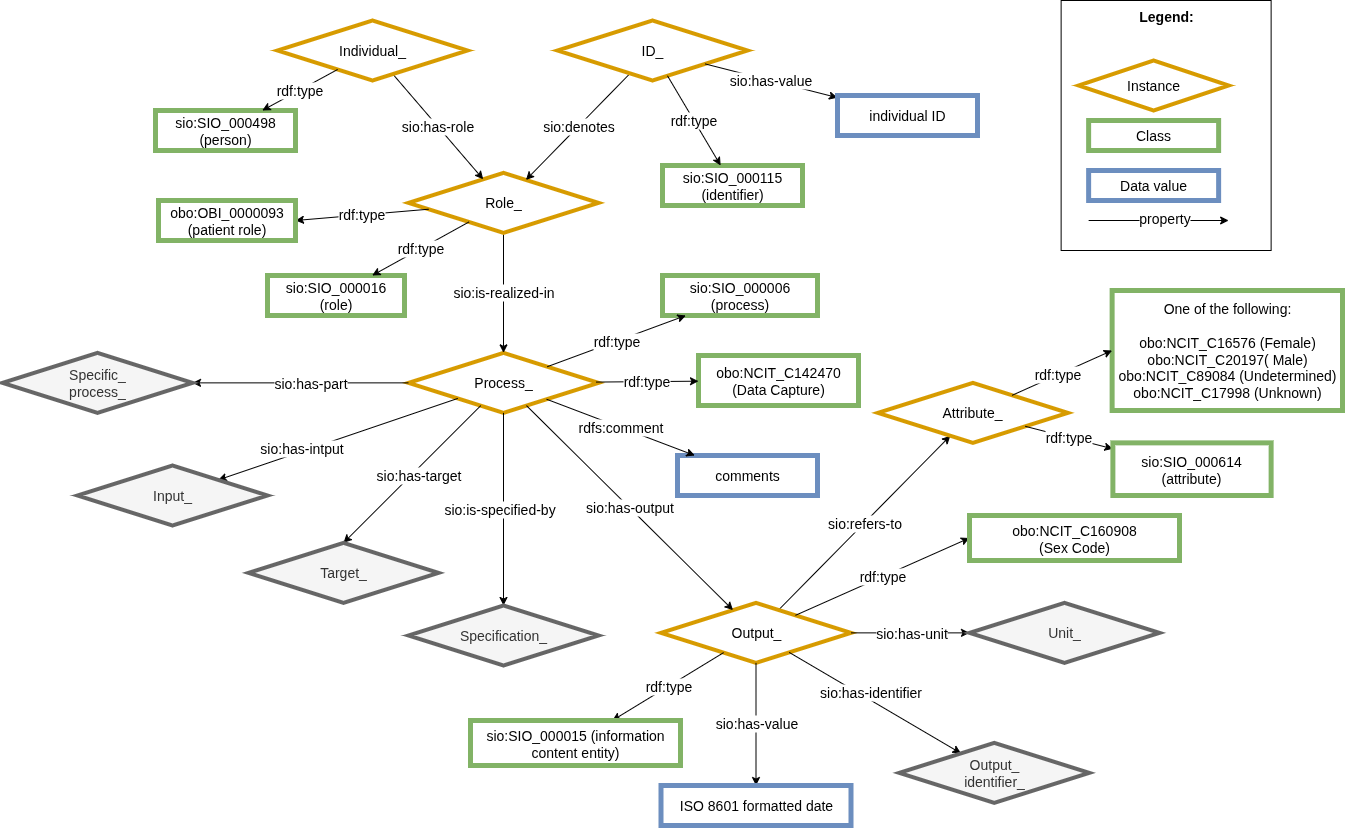
Before: images/CARE-SM-Sex.drawio.png, a diagram exported from draw.io (CARE-SM/CARE-Semantic-Model). Source tidied: cells renumbered, new cells last; positions are measured from the earlier drawing's top-left corner, leaving out a move shared by most shapes.
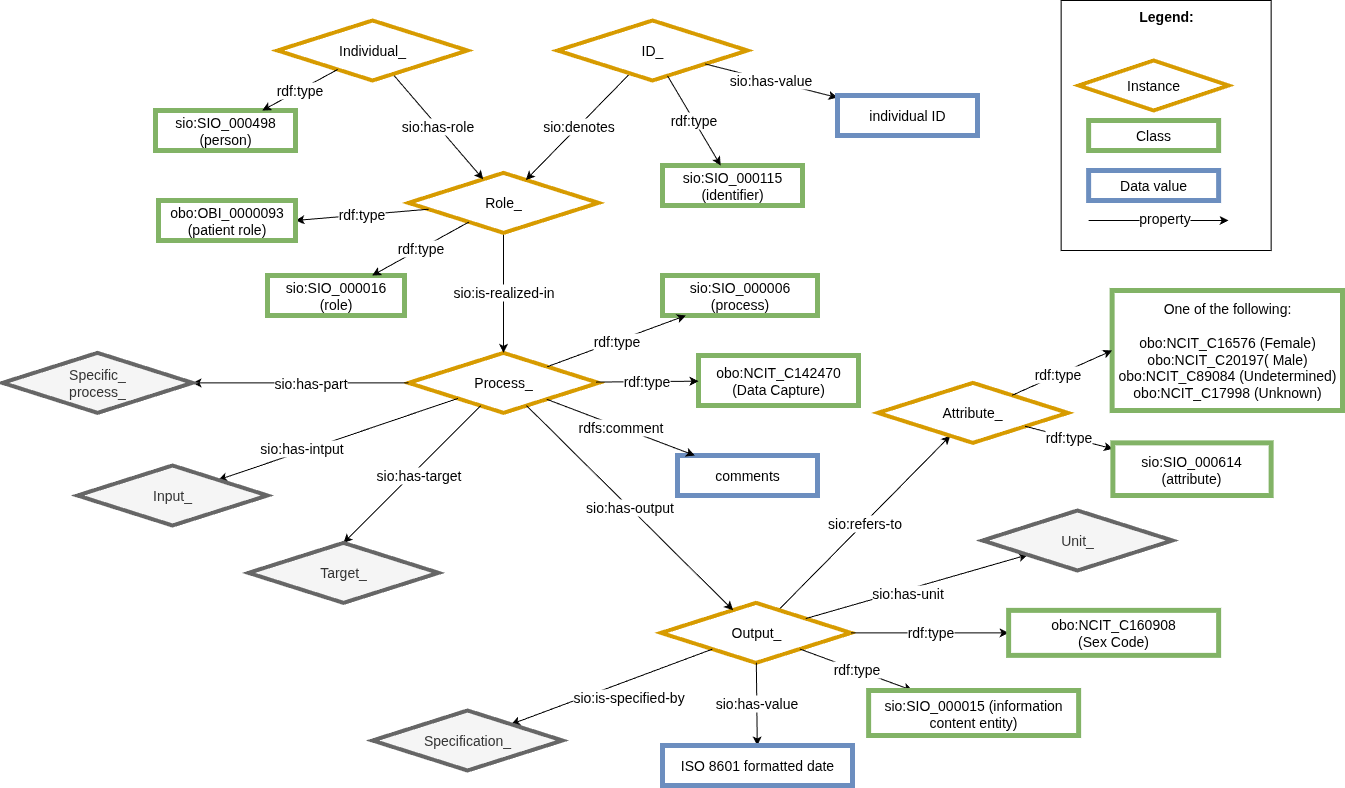
The same file after the commit.

What changed in the source:
```diff
@@ -21,7 +21,7 @@
       <mxGeometry relative="1" as="geometry" />
     </mxCell>
     <mxCell id="8" value="&lt;font style=&quot;font-size: 14px;&quot;&gt;sio:SIO_000015 (information content entity)&lt;/font&gt;" style="whiteSpace=wrap;html=1;fillColor=#FFFFFF;strokeColor=#82b366;strokeWidth=5;fontSize=14;" parent="1" vertex="1">
-      <mxGeometry x="468" y="720" width="210" height="45" as="geometry" />
+      <mxGeometry x="866.1" y="690" width="210" height="45" as="geometry" />
     </mxCell>
     <mxCell id="9" value="Role_" style="rhombus;whiteSpace=wrap;html=1;fillColor=#FFFFFF;strokeColor=#D79B00;perimeter=rhombusPerimeter;arcSize=20;comic=0;enumerate=0;strokeWidth=4;rounded=0;fontSize=14;" parent="1" vertex="1">
       <mxGeometry x="406" y="172.4" width="190" height="60" as="geometry" />
@@ -64,7 +64,7 @@
         <mxPoint x="-61" y="18" as="offset" />
       </mxGeometry>
     </mxCell>
-    <mxCell id="22" style="edgeStyle=none;rounded=0;jettySize=auto;html=1;strokeWidth=1;fontSize=14;" parent="1" edge="1" source="4" target="24">
+    <mxCell id="22" style="edgeStyle=none;rounded=0;jettySize=auto;html=1;strokeWidth=1;fontSize=14;" parent="1" edge="1" source="3" target="24">
       <mxGeometry relative="1" as="geometry" />
     </mxCell>
     <mxCell id="23" value="sio:is-specified-by" style="edgeLabel;html=1;align=center;verticalAlign=middle;fontSize=14;" parent="22" vertex="1">
@@ -73,7 +73,7 @@
       </mxGeometry>
     </mxCell>
     <mxCell id="24" value="Specification_" style="rhombus;whiteSpace=wrap;html=1;fillColor=#f5f5f5;strokeColor=#666666;perimeter=rhombusPerimeter;arcSize=20;comic=0;enumerate=0;strokeWidth=4;rounded=0;fontSize=14;fontColor=#333333;" parent="1" vertex="1">
-      <mxGeometry x="406" y="605" width="190" height="60" as="geometry" />
+      <mxGeometry x="370" y="710" width="190" height="60" as="geometry" />
     </mxCell>
     <mxCell id="25" value="Input_" style="rhombus;whiteSpace=wrap;html=1;fillColor=#f5f5f5;strokeColor=#666666;perimeter=rhombusPerimeter;arcSize=20;comic=0;enumerate=0;strokeWidth=4;rounded=0;fontSize=14;fontColor=#333333;" parent="1" vertex="1">
       <mxGeometry x="75" y="465" width="190" height="60" as="geometry" />
@@ -87,7 +87,7 @@
       </mxGeometry>
     </mxCell>
     <mxCell id="28" value="Unit_" style="rhombus;whiteSpace=wrap;html=1;fillColor=#f5f5f5;strokeColor=#666666;perimeter=rhombusPerimeter;arcSize=20;comic=0;enumerate=0;strokeWidth=4;rounded=0;fontSize=14;fontColor=#333333;" parent="1" vertex="1">
-      <mxGeometry x="967" y="602.4" width="190" height="60" as="geometry" />
+      <mxGeometry x="980" y="510" width="190" height="60" as="geometry" />
     </mxCell>
     <mxCell id="29" value="&lt;div style=&quot;text-align: left; font-size: 14px;&quot;&gt;&lt;span style=&quot;background-color: initial; font-size: 14px;&quot;&gt;&lt;b style=&quot;font-size: 14px;&quot;&gt;&lt;font style=&quot;font-size: 14px;&quot;&gt;Legend:&lt;/font&gt;&lt;/b&gt;&lt;/span&gt;&lt;/div&gt;&lt;div style=&quot;text-align: left; font-size: 14px;&quot;&gt;&lt;span style=&quot;background-color: initial; font-size: 14px;&quot;&gt;&lt;br style=&quot;font-size: 14px;&quot;&gt;&lt;/span&gt;&lt;/div&gt;&lt;div style=&quot;text-align: left; font-size: 14px;&quot;&gt;&lt;span style=&quot;background-color: initial; font-size: 14px;&quot;&gt;&lt;br style=&quot;font-size: 14px;&quot;&gt;&lt;/span&gt;&lt;/div&gt;&lt;div style=&quot;text-align: left; font-size: 14px;&quot;&gt;&lt;span style=&quot;background-color: initial; font-size: 14px;&quot;&gt;&lt;br style=&quot;font-size: 14px;&quot;&gt;&lt;/span&gt;&lt;/div&gt;&lt;div style=&quot;text-align: left; font-size: 14px;&quot;&gt;&lt;br style=&quot;font-size: 14px;&quot;&gt;&lt;/div&gt;&lt;div style=&quot;text-align: left; font-size: 14px;&quot;&gt;&lt;br style=&quot;font-size: 14px;&quot;&gt;&lt;/div&gt;&lt;div style=&quot;text-align: left; font-size: 14px;&quot;&gt;&lt;br style=&quot;font-size: 14px;&quot;&gt;&lt;/div&gt;&lt;div style=&quot;text-align: left; font-size: 14px;&quot;&gt;&lt;br style=&quot;font-size: 14px;&quot;&gt;&lt;/div&gt;&lt;div style=&quot;text-align: left; font-size: 14px;&quot;&gt;&lt;br style=&quot;font-size: 14px;&quot;&gt;&lt;/div&gt;&lt;div style=&quot;text-align: left; font-size: 14px;&quot;&gt;&lt;span style=&quot;background-color: initial; font-size: 14px;&quot;&gt;&lt;br style=&quot;font-size: 14px;&quot;&gt;&lt;/span&gt;&lt;/div&gt;&lt;div style=&quot;text-align: left; font-size: 14px;&quot;&gt;&lt;span style=&quot;background-color: initial; font-size: 14px;&quot;&gt;&lt;br style=&quot;font-size: 14px;&quot;&gt;&lt;/span&gt;&lt;/div&gt;&lt;div style=&quot;text-align: left; font-size: 14px;&quot;&gt;&lt;span style=&quot;background-color: initial; font-size: 14px;&quot;&gt;&lt;br style=&quot;font-size: 14px;&quot;&gt;&lt;/span&gt;&lt;/div&gt;&lt;div style=&quot;text-align: left; font-size: 14px;&quot;&gt;&lt;span style=&quot;background-color: initial; font-size: 14px;&quot;&gt;&lt;br style=&quot;font-size: 14px;&quot;&gt;&lt;/span&gt;&lt;/div&gt;&lt;div style=&quot;text-align: left; font-size: 14px;&quot;&gt;&lt;span style=&quot;background-color: initial; font-size: 14px;&quot;&gt;&lt;br style=&quot;font-size: 14px;&quot;&gt;&lt;/span&gt;&lt;/div&gt;" style="rounded=0;whiteSpace=wrap;html=1;fontSize=14;" parent="1" vertex="1">
       <mxGeometry x="1058.6" width="210" height="250" as="geometry" />
@@ -135,17 +135,6 @@
     <mxCell id="41" value="Specific_&lt;div&gt;process_&lt;/div&gt;" style="rhombus;whiteSpace=wrap;html=1;fillColor=#f5f5f5;strokeColor=#666666;perimeter=rhombusPerimeter;arcSize=20;comic=0;enumerate=0;strokeWidth=4;rounded=0;fontSize=14;fontColor=#333333;" parent="1" vertex="1">
       <mxGeometry y="352.4" width="190" height="60" as="geometry" />
     </mxCell>
-    <mxCell id="42" style="edgeStyle=none;rounded=0;jettySize=auto;html=1;fontSize=14;" parent="1" edge="1" source="3" target="44">
-      <mxGeometry relative="1" as="geometry" />
-    </mxCell>
-    <mxCell id="43" value="sio:has-identifier" style="edgeLabel;html=1;align=center;verticalAlign=middle;fontSize=14;" parent="42" vertex="1">
-      <mxGeometry x="-0.21" y="-1" relative="1" as="geometry">
-        <mxPoint x="13" y="-1" as="offset" />
-      </mxGeometry>
-    </mxCell>
-    <mxCell id="44" value="Output_&lt;div style=&quot;font-size: 14px;&quot;&gt;identifier_&lt;/div&gt;" style="rhombus;whiteSpace=wrap;html=1;fillColor=#f5f5f5;strokeColor=#666666;perimeter=rhombusPerimeter;arcSize=20;comic=0;enumerate=0;strokeWidth=4;rounded=0;fontSize=14;fontColor=#333333;" parent="1" vertex="1">
-      <mxGeometry x="896.8" y="742.4" width="190" height="60" as="geometry" />
-    </mxCell>
     <mxCell id="45" value="rdf:type" style="edgeStyle=none;rounded=0;jettySize=auto;html=1;fontSize=14;" parent="1" edge="1" source="9" target="17">
       <mxGeometry relative="1" as="geometry" />
     </mxCell>
@@ -156,7 +145,7 @@
       <mxGeometry relative="1" as="geometry" />
     </mxCell>
     <mxCell id="48" value="obo:NCIT_C160908&lt;div&gt;(Sex Code)&lt;/div&gt;" style="whiteSpace=wrap;html=1;fillColor=#FFFFFF;strokeColor=#82b366;strokeWidth=5;fontSize=14;" parent="1" vertex="1">
-      <mxGeometry x="967" y="515" width="210" height="45" as="geometry" />
+      <mxGeometry x="1006.1" y="609.9" width="210" height="45" as="geometry" />
     </mxCell>
     <mxCell id="49" value="&lt;span style=&quot;background-color: initial;&quot;&gt;&lt;div style=&quot;&quot;&gt;&lt;div&gt;One of the following:&lt;/div&gt;&lt;div&gt;&lt;br&gt;&lt;/div&gt;&lt;div&gt;obo:NCIT_C16576 (Female)&lt;/div&gt;&lt;div&gt;obo:NCIT_C20197( Male)&lt;/div&gt;&lt;div&gt;obo:NCIT_C89084 (Undetermined)&lt;/div&gt;&lt;div&gt;obo:NCIT_C17998 (Unknown)&lt;/div&gt;&lt;/div&gt;&lt;/span&gt;" style="whiteSpace=wrap;html=1;fillColor=#FFFFFF;strokeColor=#82b366;strokeWidth=5;fontSize=14;" parent="1" vertex="1">
       <mxGeometry x="1109.6" y="290" width="230.4" height="120" as="geometry" />
@@ -168,7 +157,7 @@
       <mxGeometry relative="1" as="geometry" />
     </mxCell>
     <mxCell id="52" value="&lt;font style=&quot;font-size: 14px;&quot;&gt;ISO 8601 formatted date&lt;/font&gt;" style="whiteSpace=wrap;html=1;fillColor=#FFFFFF;strokeColor=#6c8ebf;strokeWidth=5;fontSize=14;" parent="1" vertex="1">
-      <mxGeometry x="658.5" y="785" width="190" height="40" as="geometry" />
+      <mxGeometry x="660" y="745" width="190" height="40" as="geometry" />
     </mxCell>
     <mxCell id="53" value="rdf:type" style="edgeStyle=none;rounded=0;jettySize=auto;html=1;entryX=1;entryY=0.5;entryDx=0;entryDy=0;fontSize=14;" parent="1" edge="1" source="9" target="54">
       <mxGeometry relative="1" as="geometry" />
```
